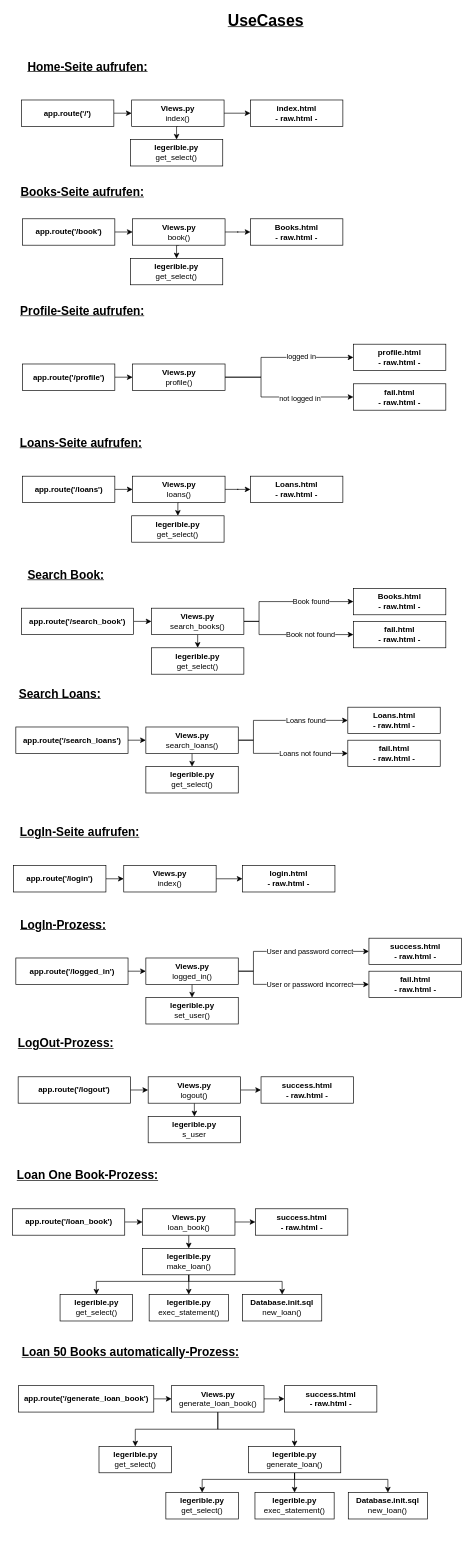
Sabokou/BigData keeps this draw.io diagram as Dokumentation/UseCases.drawio. Above is the earlier version. Source tidied: cells renumbered, new cells numbered last; positions are measured from the earlier drawing's top-left corner, leaving out a move shared by most shapes. Both pictures are drawn from the tidied source at 66%, with x=0, y=0 at pixel (11, 14).
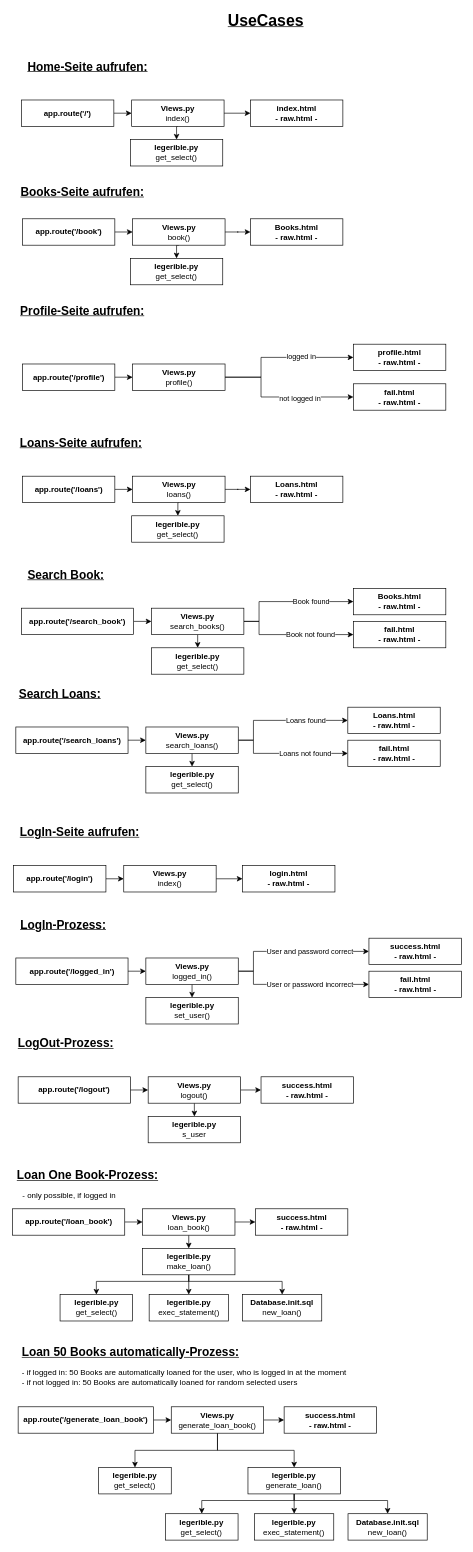
The same page after the edit.

Change to the diagram source:
```diff
@@
     <mxCell id="96" value="&lt;b&gt;success.html&lt;br&gt;- raw.html -&lt;br&gt;&lt;/b&gt;" style="rounded=0;whiteSpace=wrap;html=1;" parent="1" vertex="1">
-      <mxGeometry x="413.5" y="2078" width="140" height="40" as="geometry" />
+      <mxGeometry x="413" y="2110" width="140" height="40" as="geometry" />
     </mxCell>
@@
     <mxCell id="100" value="&lt;b&gt;Views.py&lt;/b&gt;&lt;br&gt;generate_loan_book()" style="rounded=0;whiteSpace=wrap;html=1;" parent="1" vertex="1">
-      <mxGeometry x="242.5" y="2078" width="140" height="40" as="geometry" />
+      <mxGeometry x="242" y="2110" width="140" height="40" as="geometry" />
     </mxCell>
     <mxCell id="101" style="edgeStyle=orthogonalEdgeStyle;rounded=0;jettySize=auto;html=1;exitX=0.5;exitY=1;exitDx=0;exitDy=0;entryX=0.5;entryY=0;entryDx=0;entryDy=0;" parent="1" edge="1" source="104" target="109">
       <mxGeometry relative="1" as="geometry">
         <Array as="points">
-          <mxPoint x="429.2" y="2220" />
-          <mxPoint x="570.2" y="2220" />
+          <mxPoint x="428.8" y="2252" />
+          <mxPoint x="569.8" y="2252" />
         </Array>
       </mxGeometry>
     </mxCell>
@@
     <mxCell id="103" style="edgeStyle=orthogonalEdgeStyle;rounded=0;jettySize=auto;html=1;exitX=0.5;exitY=1;exitDx=0;exitDy=0;entryX=0.5;entryY=0;entryDx=0;entryDy=0;" parent="1" edge="1" source="104" target="107">
       <mxGeometry relative="1" as="geometry">
         <Array as="points">
-          <mxPoint x="429.2" y="2220" />
-          <mxPoint x="289.2" y="2220" />
+          <mxPoint x="428.8" y="2252" />
+          <mxPoint x="288.8" y="2252" />
         </Array>
       </mxGeometry>
     </mxCell>
     <mxCell id="104" value="&lt;b&gt;legerible.py&lt;/b&gt;&lt;br&gt;generate_loan()" style="rounded=0;whiteSpace=wrap;html=1;" parent="1" vertex="1">
-      <mxGeometry x="358.8" y="2170" width="140" height="40" as="geometry" />
+      <mxGeometry x="358.2" y="2202" width="140" height="40" as="geometry" />
     </mxCell>
@@
     <mxCell id="106" value="&lt;b&gt;app.route('/generate_loan_book')&lt;/b&gt;" style="rounded=0;whiteSpace=wrap;html=1;" parent="1" vertex="1">
-      <mxGeometry x="10.5" y="2078" width="205" height="40" as="geometry" />
+      <mxGeometry x="10" y="2110" width="205" height="40" as="geometry" />
     </mxCell>
     <mxCell id="107" value="&lt;b&gt;legerible.py&lt;/b&gt;&lt;br&gt;get_select()" style="rounded=0;whiteSpace=wrap;html=1;" parent="1" vertex="1">
-      <mxGeometry x="233.8" y="2240" width="110" height="40" as="geometry" />
+      <mxGeometry x="233.2" y="2272" width="110" height="40" as="geometry" />
     </mxCell>
     <mxCell id="108" value="&lt;b&gt;legerible.py&lt;/b&gt;&lt;br&gt;exec_statement()" style="rounded=0;whiteSpace=wrap;html=1;" parent="1" vertex="1">
-      <mxGeometry x="368.8" y="2240" width="120" height="40" as="geometry" />
+      <mxGeometry x="368.2" y="2272" width="120" height="40" as="geometry" />
     </mxCell>
     <mxCell id="109" value="&lt;b&gt;Database.init.sql&lt;/b&gt;&lt;br&gt;new_loan()" style="rounded=0;whiteSpace=wrap;html=1;" parent="1" vertex="1">
-      <mxGeometry x="510.2" y="2240" width="120" height="40" as="geometry" />
+      <mxGeometry x="509.8" y="2272" width="120" height="40" as="geometry" />
     </mxCell>
     <mxCell id="110" value="&lt;b&gt;legerible.py&lt;/b&gt;&lt;br&gt;get_select()" style="rounded=0;whiteSpace=wrap;html=1;" parent="1" vertex="1">
-      <mxGeometry x="132.5" y="2170" width="110" height="40" as="geometry" />
+      <mxGeometry x="132" y="2202" width="110" height="40" as="geometry" />
     </mxCell>
+    <mxCell id="111" value="- if logged in: 50 Books are automatically loaned for the user, who is logged in at the moment&lt;br&gt;- if not logged in: 50 Books are automatically loaned for random selected users" style="text;html=1;align=left;verticalAlign=middle;" parent="1" vertex="1">
+      <mxGeometry x="13.5" y="2050" width="510" height="30" as="geometry" />
+    </mxCell>
+    <mxCell id="112" value="- only possible, if logged in" style="text;html=1;align=center;verticalAlign=middle;" parent="1" vertex="1">
+      <mxGeometry x="6.5" y="1780" width="160" height="20" as="geometry" />
+    </mxCell>
```
